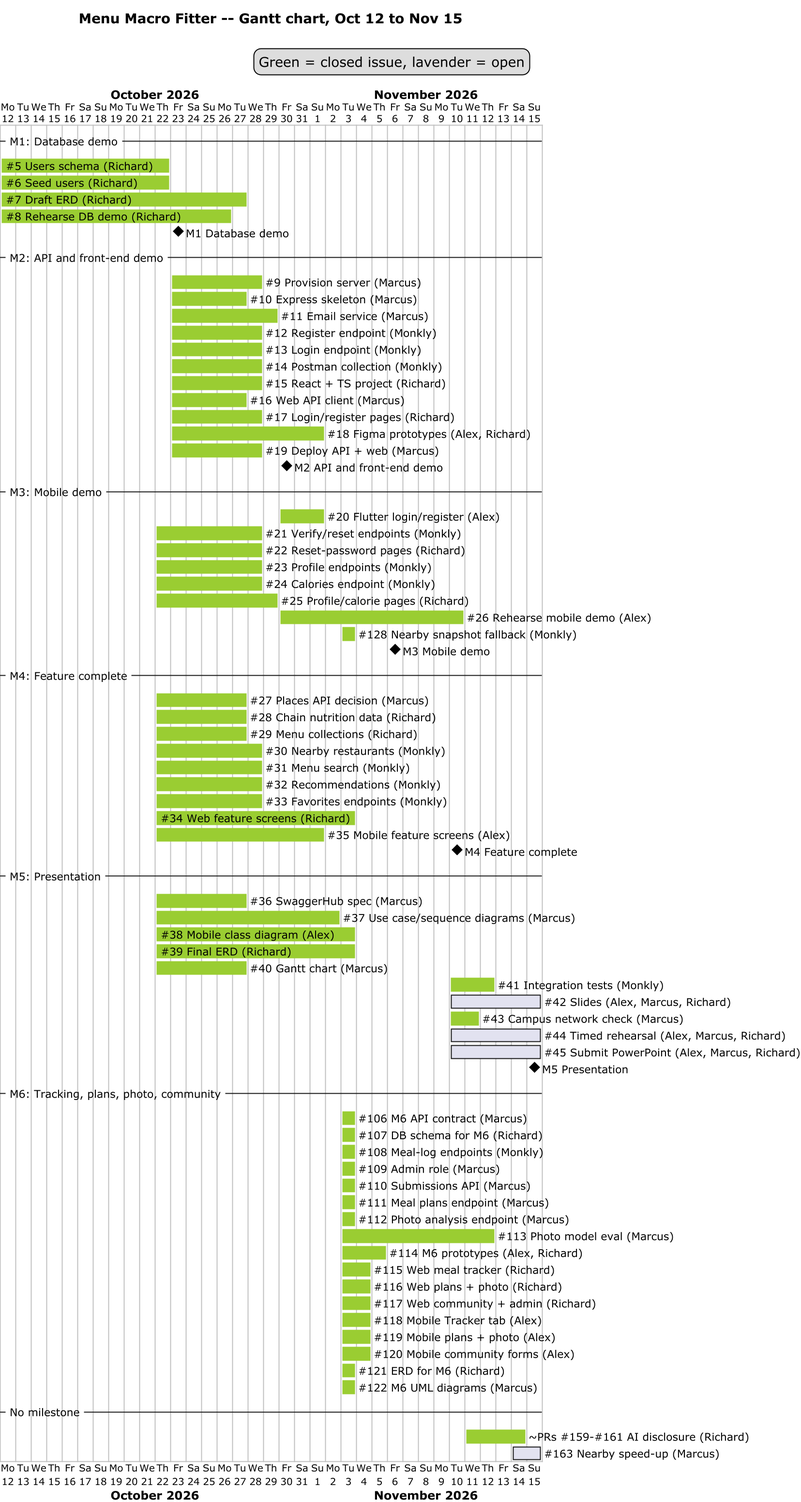
polter-dev/POOSD_large_proj keeps this PlantUML diagram as docs/diagrams/gantt.png. Above is the earlier version.
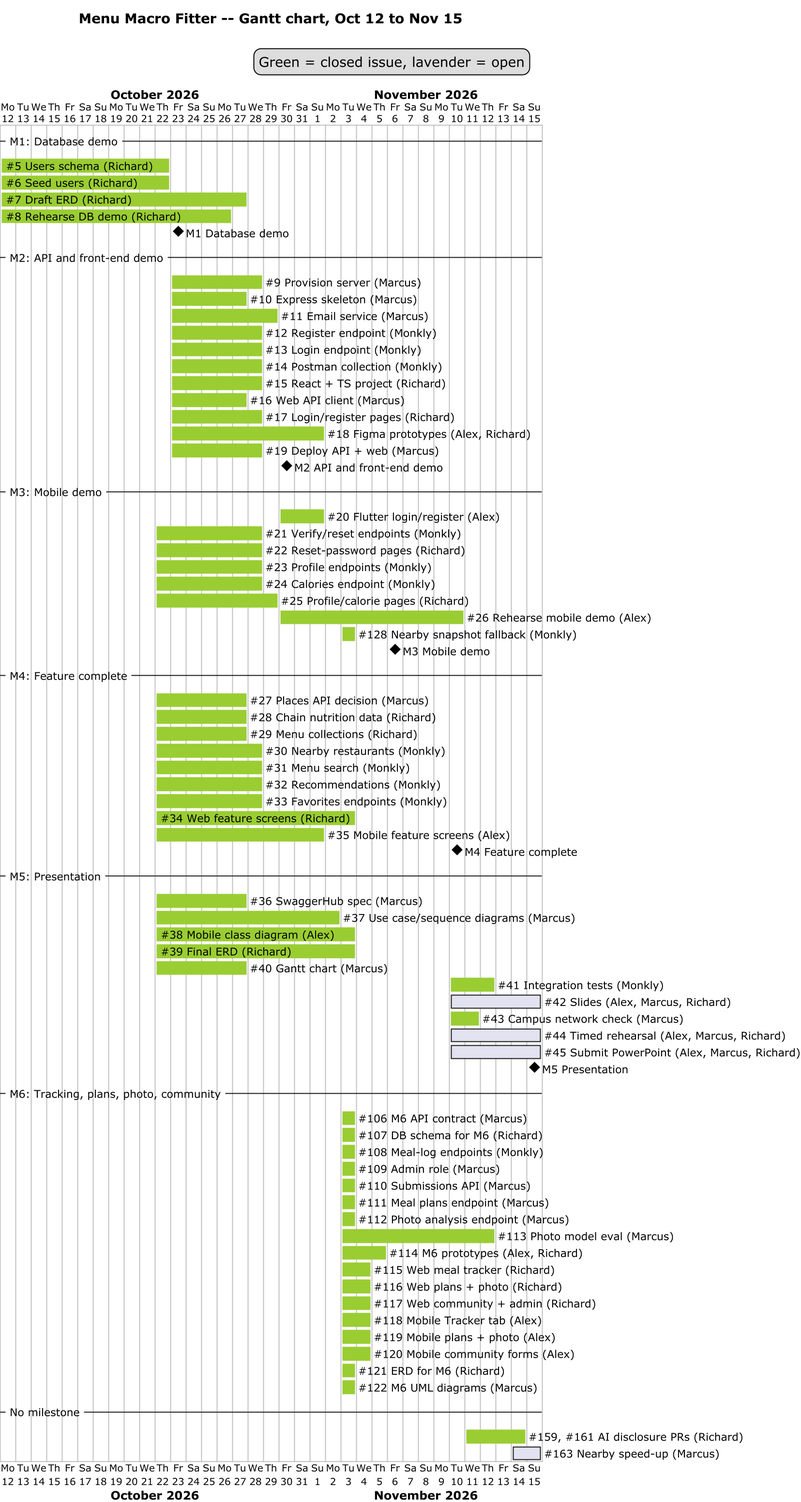
The same diagram one commit later.

Commit message:
Fix Gantt disclosure row, re-render PNGs

Change to the diagram source:
```diff
@@ -86,6 +86,6 @@
 [~#122 M6 UML diagrams (Marcus)] starts 2026-11-03 and ends 2026-11-03 and is colored in YellowGreen
 
 -- No milestone --
-[~PRs #159-#161 AI disclosure (Richard)] starts 2026-11-11 and ends 2026-11-14 and is colored in YellowGreen
+[~#159, #161 AI disclosure PRs (Richard)] starts 2026-11-11 and ends 2026-11-14 and is colored in YellowGreen
 [~#163 Nearby speed-up (Marcus)] starts 2026-11-14 and ends 2026-11-15
 @endgantt
```
